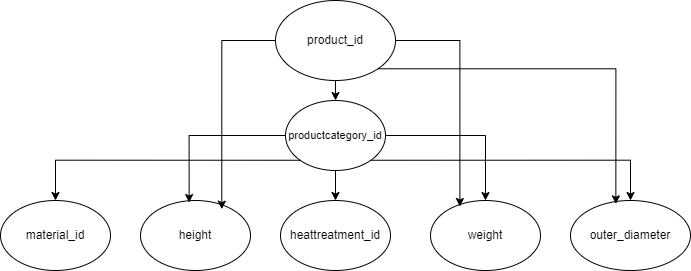
Before: causal_graphs/steel_causal_graph.drawio.png, a diagram exported from draw.io (MJ-2004/Thesis-2025). Source tidied: cells renumbered, new cells last; positions are measured from the earlier drawing's top-left corner, leaving out a move shared by most shapes. Its diagram source:
```xml
<mxGraphModel>
  <root>
    <mxCell id="0" />
    <mxCell id="1" parent="0" />
    <mxCell id="2" value="outer_diameter" style="ellipse;whiteSpace=wrap;html=1;" parent="1" vertex="1">
      <mxGeometry x="570" y="200" width="120" height="70" as="geometry" />
    </mxCell>
    <mxCell id="3" value="weight" style="ellipse;whiteSpace=wrap;html=1;" parent="1" vertex="1">
      <mxGeometry x="430" y="200" width="110" height="70" as="geometry" />
    </mxCell>
    <mxCell id="4" value="heattreatment_id" style="ellipse;whiteSpace=wrap;html=1;" parent="1" vertex="1">
      <mxGeometry x="280" y="200" width="110" height="70" as="geometry" />
    </mxCell>
    <mxCell id="5" value="height" style="ellipse;whiteSpace=wrap;html=1;" parent="1" vertex="1">
      <mxGeometry x="140" y="200" width="110" height="70" as="geometry" />
    </mxCell>
    <mxCell id="6" value="material_id" style="ellipse;whiteSpace=wrap;html=1;" parent="1" vertex="1">
      <mxGeometry y="200" width="110" height="70" as="geometry" />
    </mxCell>
    <mxCell id="7" style="edgeStyle=orthogonalEdgeStyle;rounded=0;jettySize=auto;html=1;exitX=0.5;exitY=1;exitDx=0;exitDy=0;entryX=0.5;entryY=0;entryDx=0;entryDy=0;" parent="1" edge="1" source="9" target="4">
      <mxGeometry relative="1" as="geometry" />
    </mxCell>
    <mxCell id="8" style="edgeStyle=orthogonalEdgeStyle;rounded=0;jettySize=auto;html=1;exitX=1;exitY=1;exitDx=0;exitDy=0;entryX=0.5;entryY=0;entryDx=0;entryDy=0;" parent="1" edge="1" source="9" target="2">
      <mxGeometry relative="1" as="geometry" />
    </mxCell>
    <mxCell id="9" value="productcategory_id" style="ellipse;whiteSpace=wrap;html=1;fontSize=11;" parent="1" vertex="1">
      <mxGeometry x="285" y="100" width="100" height="70" as="geometry" />
    </mxCell>
    <mxCell id="10" style="edgeStyle=orthogonalEdgeStyle;rounded=0;jettySize=auto;html=1;exitX=0.5;exitY=1;exitDx=0;exitDy=0;entryX=0.5;entryY=0;entryDx=0;entryDy=0;" parent="1" edge="1" source="11" target="9">
      <mxGeometry relative="1" as="geometry" />
    </mxCell>
    <mxCell id="11" value="product_id" style="ellipse;whiteSpace=wrap;html=1;" parent="1" vertex="1">
      <mxGeometry x="275" width="120" height="80" as="geometry" />
    </mxCell>
    <mxCell id="12" style="edgeStyle=orthogonalEdgeStyle;rounded=0;jettySize=auto;html=1;exitX=0;exitY=1;exitDx=0;exitDy=0;entryX=0.5;entryY=0;entryDx=0;entryDy=0;" parent="1" edge="1" source="9" target="6">
      <mxGeometry relative="1" as="geometry" />
    </mxCell>
    <mxCell id="13" style="edgeStyle=orthogonalEdgeStyle;rounded=0;jettySize=auto;html=1;exitX=0;exitY=0.5;exitDx=0;exitDy=0;entryX=0.442;entryY=0.029;entryDx=0;entryDy=0;entryPerimeter=0;" parent="1" edge="1" source="9" target="5">
      <mxGeometry relative="1" as="geometry" />
    </mxCell>
    <mxCell id="14" style="edgeStyle=orthogonalEdgeStyle;rounded=0;jettySize=auto;html=1;exitX=1;exitY=0.5;exitDx=0;exitDy=0;entryX=0.5;entryY=0;entryDx=0;entryDy=0;" parent="1" edge="1" source="9" target="3">
      <mxGeometry relative="1" as="geometry" />
    </mxCell>
    <mxCell id="15" style="edgeStyle=orthogonalEdgeStyle;rounded=0;jettySize=auto;html=1;exitX=0;exitY=0.5;exitDx=0;exitDy=0;entryX=0.739;entryY=0.124;entryDx=0;entryDy=0;entryPerimeter=0;" parent="1" edge="1" source="11" target="5">
      <mxGeometry relative="1" as="geometry" />
    </mxCell>
    <mxCell id="16" style="edgeStyle=orthogonalEdgeStyle;rounded=0;jettySize=auto;html=1;exitX=1;exitY=1;exitDx=0;exitDy=0;entryX=0.378;entryY=0.048;entryDx=0;entryDy=0;entryPerimeter=0;" parent="1" edge="1" source="11" target="2">
      <mxGeometry relative="1" as="geometry" />
    </mxCell>
    <mxCell id="17" style="edgeStyle=orthogonalEdgeStyle;rounded=0;jettySize=auto;html=1;exitX=1;exitY=0.5;exitDx=0;exitDy=0;entryX=0.267;entryY=0.086;entryDx=0;entryDy=0;entryPerimeter=0;" parent="1" edge="1" source="11" target="3">
      <mxGeometry relative="1" as="geometry" />
    </mxCell>
  </root>
</mxGraphModel>
```
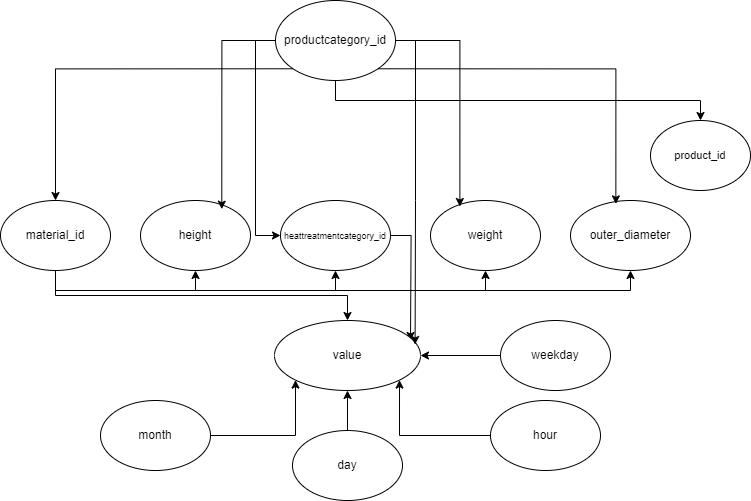
The same file after the commit.

Commit message:
causal graphs modified

Diff of the diagram source:
```diff
@@ -8,39 +8,55 @@
     <mxCell id="3" value="weight" style="ellipse;whiteSpace=wrap;html=1;" parent="1" vertex="1">
       <mxGeometry x="430" y="200" width="110" height="70" as="geometry" />
     </mxCell>
+    <mxCell id="18" style="edgeStyle=orthogonalEdgeStyle;rounded=0;jettySize=auto;html=1;exitX=1;exitY=0.5;exitDx=0;exitDy=0;" parent="1" edge="1" source="4">
+      <mxGeometry relative="1" as="geometry">
+        <mxPoint x="410" y="340" as="targetPoint" />
+      </mxGeometry>
+    </mxCell>
-    <mxCell id="4" value="heattreatment_id" style="ellipse;whiteSpace=wrap;html=1;" parent="1" vertex="1">
+    <mxCell id="4" value="&lt;font style=&quot;font-size: 9px;&quot;&gt;heattreatmentcategory_id&lt;/font&gt;" style="ellipse;whiteSpace=wrap;html=1;" parent="1" vertex="1">
       <mxGeometry x="280" y="200" width="110" height="70" as="geometry" />
     </mxCell>
     <mxCell id="5" value="height" style="ellipse;whiteSpace=wrap;html=1;" parent="1" vertex="1">
       <mxGeometry x="140" y="200" width="110" height="70" as="geometry" />
     </mxCell>
+    <mxCell id="19" style="edgeStyle=orthogonalEdgeStyle;rounded=0;jettySize=auto;html=1;exitX=0.5;exitY=1;exitDx=0;exitDy=0;entryX=0.5;entryY=1;entryDx=0;entryDy=0;" parent="1" edge="1" source="6" target="2">
+      <mxGeometry relative="1" as="geometry">
+        <Array as="points">
+          <mxPoint x="55" y="290" />
+          <mxPoint x="630" y="290" />
+        </Array>
+      </mxGeometry>
+    </mxCell>
+    <mxCell id="20" style="edgeStyle=orthogonalEdgeStyle;rounded=0;jettySize=auto;html=1;exitX=0.5;exitY=1;exitDx=0;exitDy=0;entryX=0.5;entryY=1;entryDx=0;entryDy=0;" parent="1" edge="1" source="6" target="3">
+      <mxGeometry relative="1" as="geometry" />
+    </mxCell>
+    <mxCell id="21" style="edgeStyle=orthogonalEdgeStyle;rounded=0;jettySize=auto;html=1;exitX=0.5;exitY=1;exitDx=0;exitDy=0;entryX=0.5;entryY=1;entryDx=0;entryDy=0;" parent="1" edge="1" source="6" target="4">
+      <mxGeometry relative="1" as="geometry" />
+    </mxCell>
+    <mxCell id="22" style="edgeStyle=orthogonalEdgeStyle;rounded=0;jettySize=auto;html=1;exitX=0.5;exitY=1;exitDx=0;exitDy=0;entryX=0.5;entryY=0;entryDx=0;entryDy=0;" parent="1" edge="1" source="6" target="26">
+      <mxGeometry relative="1" as="geometry" />
+    </mxCell>
+    <mxCell id="23" style="edgeStyle=orthogonalEdgeStyle;rounded=0;jettySize=auto;html=1;exitX=0.5;exitY=1;exitDx=0;exitDy=0;entryX=0.5;entryY=1;entryDx=0;entryDy=0;" parent="1" edge="1" source="6" target="5">
+      <mxGeometry relative="1" as="geometry" />
+    </mxCell>
     <mxCell id="6" value="material_id" style="ellipse;whiteSpace=wrap;html=1;" parent="1" vertex="1">
       <mxGeometry y="200" width="110" height="70" as="geometry" />
     </mxCell>
-    <mxCell id="7" style="edgeStyle=orthogonalEdgeStyle;rounded=0;jettySize=auto;html=1;exitX=0.5;exitY=1;exitDx=0;exitDy=0;entryX=0.5;entryY=0;entryDx=0;entryDy=0;" parent="1" edge="1" source="9" target="4">
-      <mxGeometry relative="1" as="geometry" />
-    </mxCell>
-    <mxCell id="8" style="edgeStyle=orthogonalEdgeStyle;rounded=0;jettySize=auto;html=1;exitX=1;exitY=1;exitDx=0;exitDy=0;entryX=0.5;entryY=0;entryDx=0;entryDy=0;" parent="1" edge="1" source="9" target="2">
-      <mxGeometry relative="1" as="geometry" />
-    </mxCell>
-    <mxCell id="9" value="productcategory_id" style="ellipse;whiteSpace=wrap;html=1;fontSize=11;" parent="1" vertex="1">
-      <mxGeometry x="285" y="100" width="100" height="70" as="geometry" />
+    <mxCell id="9" value="product_id" style="ellipse;whiteSpace=wrap;html=1;fontSize=11;" parent="1" vertex="1">
+      <mxGeometry x="650" y="120" width="100" height="70" as="geometry" />
     </mxCell>
     <mxCell id="10" style="edgeStyle=orthogonalEdgeStyle;rounded=0;jettySize=auto;html=1;exitX=0.5;exitY=1;exitDx=0;exitDy=0;entryX=0.5;entryY=0;entryDx=0;entryDy=0;" parent="1" edge="1" source="11" target="9">
       <mxGeometry relative="1" as="geometry" />
     </mxCell>
+    <mxCell id="24" style="edgeStyle=orthogonalEdgeStyle;rounded=0;jettySize=auto;html=1;exitX=0;exitY=1;exitDx=0;exitDy=0;entryX=0.5;entryY=0;entryDx=0;entryDy=0;" parent="1" edge="1" source="11" target="6">
+      <mxGeometry relative="1" as="geometry" />
+    </mxCell>
+    <mxCell id="25" style="edgeStyle=orthogonalEdgeStyle;rounded=0;jettySize=auto;html=1;exitX=0;exitY=0.5;exitDx=0;exitDy=0;entryX=0;entryY=0.5;entryDx=0;entryDy=0;" parent="1" edge="1" source="11" target="4">
+      <mxGeometry relative="1" as="geometry" />
+    </mxCell>
-    <mxCell id="11" value="product_id" style="ellipse;whiteSpace=wrap;html=1;" parent="1" vertex="1">
+    <mxCell id="11" value="productcategory_id" style="ellipse;whiteSpace=wrap;html=1;" parent="1" vertex="1">
       <mxGeometry x="275" width="120" height="80" as="geometry" />
     </mxCell>
-    <mxCell id="12" style="edgeStyle=orthogonalEdgeStyle;rounded=0;jettySize=auto;html=1;exitX=0;exitY=1;exitDx=0;exitDy=0;entryX=0.5;entryY=0;entryDx=0;entryDy=0;" parent="1" edge="1" source="9" target="6">
-      <mxGeometry relative="1" as="geometry" />
-    </mxCell>
-    <mxCell id="13" style="edgeStyle=orthogonalEdgeStyle;rounded=0;jettySize=auto;html=1;exitX=0;exitY=0.5;exitDx=0;exitDy=0;entryX=0.442;entryY=0.029;entryDx=0;entryDy=0;entryPerimeter=0;" parent="1" edge="1" source="9" target="5">
-      <mxGeometry relative="1" as="geometry" />
-    </mxCell>
-    <mxCell id="14" style="edgeStyle=orthogonalEdgeStyle;rounded=0;jettySize=auto;html=1;exitX=1;exitY=0.5;exitDx=0;exitDy=0;entryX=0.5;entryY=0;entryDx=0;entryDy=0;" parent="1" edge="1" source="9" target="3">
-      <mxGeometry relative="1" as="geometry" />
-    </mxCell>
     <mxCell id="15" style="edgeStyle=orthogonalEdgeStyle;rounded=0;jettySize=auto;html=1;exitX=0;exitY=0.5;exitDx=0;exitDy=0;entryX=0.739;entryY=0.124;entryDx=0;entryDy=0;entryPerimeter=0;" parent="1" edge="1" source="11" target="5">
       <mxGeometry relative="1" as="geometry" />
     </mxCell>
@@ -50,5 +66,35 @@
     <mxCell id="17" style="edgeStyle=orthogonalEdgeStyle;rounded=0;jettySize=auto;html=1;exitX=1;exitY=0.5;exitDx=0;exitDy=0;entryX=0.267;entryY=0.086;entryDx=0;entryDy=0;entryPerimeter=0;" parent="1" edge="1" source="11" target="3">
       <mxGeometry relative="1" as="geometry" />
     </mxCell>
+    <mxCell id="26" value="value" style="ellipse;whiteSpace=wrap;html=1;" parent="1" vertex="1">
+      <mxGeometry x="274" y="320" width="146" height="70" as="geometry" />
+    </mxCell>
+    <mxCell id="27" style="edgeStyle=orthogonalEdgeStyle;rounded=0;jettySize=auto;html=1;exitX=1;exitY=0.5;exitDx=0;exitDy=0;entryX=0.963;entryY=0.343;entryDx=0;entryDy=0;entryPerimeter=0;" parent="1" edge="1" source="11" target="26">
+      <mxGeometry relative="1" as="geometry" />
+    </mxCell>
+    <mxCell id="28" style="edgeStyle=orthogonalEdgeStyle;rounded=0;jettySize=auto;html=1;exitX=0;exitY=0.5;exitDx=0;exitDy=0;entryX=1;entryY=1;entryDx=0;entryDy=0;" parent="1" edge="1" source="29" target="26">
+      <mxGeometry relative="1" as="geometry" />
+    </mxCell>
+    <mxCell id="29" value="hour" style="ellipse;whiteSpace=wrap;html=1;" parent="1" vertex="1">
+      <mxGeometry x="490" y="400" width="110" height="70" as="geometry" />
+    </mxCell>
+    <mxCell id="30" style="edgeStyle=orthogonalEdgeStyle;rounded=0;jettySize=auto;html=1;exitX=1;exitY=0.5;exitDx=0;exitDy=0;entryX=0;entryY=1;entryDx=0;entryDy=0;" parent="1" edge="1" source="31" target="26">
+      <mxGeometry relative="1" as="geometry" />
+    </mxCell>
+    <mxCell id="31" value="month" style="ellipse;whiteSpace=wrap;html=1;" parent="1" vertex="1">
+      <mxGeometry x="100" y="400" width="110" height="70" as="geometry" />
+    </mxCell>
+    <mxCell id="32" style="edgeStyle=orthogonalEdgeStyle;rounded=0;jettySize=auto;html=1;exitX=0.5;exitY=0;exitDx=0;exitDy=0;entryX=0.5;entryY=1;entryDx=0;entryDy=0;" parent="1" edge="1" source="33" target="26">
+      <mxGeometry relative="1" as="geometry" />
+    </mxCell>
+    <mxCell id="33" value="day" style="ellipse;whiteSpace=wrap;html=1;" parent="1" vertex="1">
+      <mxGeometry x="292" y="430" width="110" height="70" as="geometry" />
+    </mxCell>
+    <mxCell id="34" style="edgeStyle=orthogonalEdgeStyle;rounded=0;jettySize=auto;html=1;exitX=0;exitY=0.5;exitDx=0;exitDy=0;" parent="1" edge="1" source="35" target="26">
+      <mxGeometry relative="1" as="geometry" />
+    </mxCell>
+    <mxCell id="35" value="weekday" style="ellipse;whiteSpace=wrap;html=1;" parent="1" vertex="1">
+      <mxGeometry x="500" y="320" width="110" height="70" as="geometry" />
+    </mxCell>
   </root>
 </mxGraphModel>
```
